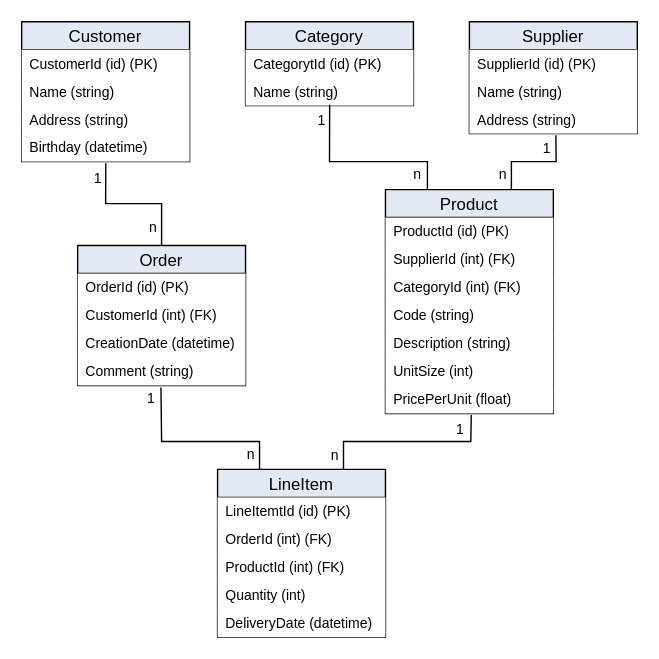
Earlier version of the draw.io export docs/assets/merchanterd.drawio.svg (RomanBoegli/godbbench). Source tidied: cells renumbered, new cells last; positions are measured from the earlier drawing's top-left corner, leaving out a move shared by most shapes.
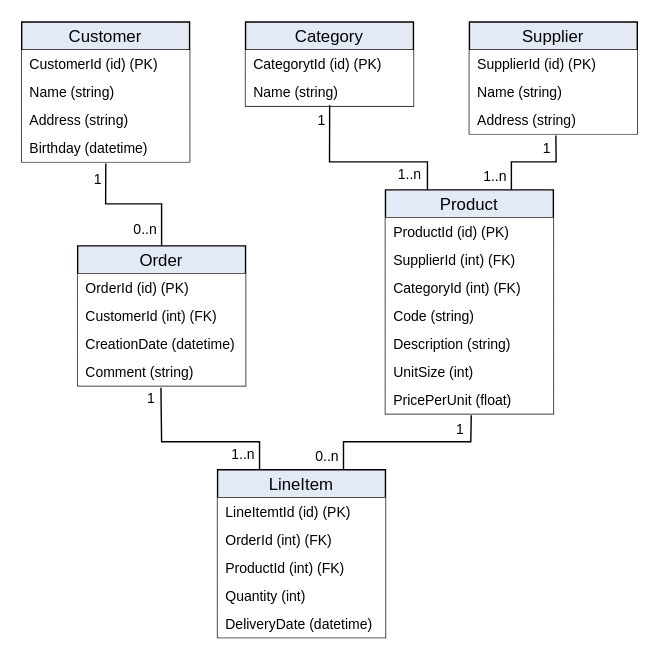
Above is the later version.

Commit message:
use UML for ERD

What changed in the source:
```diff
@@ -108,7 +108,7 @@
         <mxPoint x="-10" y="19" as="offset" />
       </mxGeometry>
     </mxCell>
-    <mxCell id="35" value="n" style="edgeLabel;html=1;align=right;verticalAlign=bottom;fontSize=10;labelBackgroundColor=none;" parent="33" vertex="1">
+    <mxCell id="35" value="1..n" style="edgeLabel;html=1;align=right;verticalAlign=bottom;fontSize=10;labelBackgroundColor=none;" parent="33" vertex="1">
       <mxGeometry x="1" relative="1" as="geometry">
         <mxPoint x="-3" y="-2" as="offset" />
       </mxGeometry>
@@ -126,7 +126,7 @@
         <mxPoint x="-11" y="17" as="offset" />
       </mxGeometry>
     </mxCell>
-    <mxCell id="38" value="n" style="edgeLabel;html=1;align=right;verticalAlign=bottom;fontSize=10;labelBackgroundColor=none;" parent="36" vertex="1">
+    <mxCell id="38" value="1..n" style="edgeLabel;html=1;align=right;verticalAlign=bottom;fontSize=10;labelBackgroundColor=none;" parent="36" vertex="1">
       <mxGeometry x="1" relative="1" as="geometry">
         <mxPoint x="-2" y="-2" as="offset" />
       </mxGeometry>
@@ -144,7 +144,7 @@
         <mxPoint x="-10" y="19" as="offset" />
       </mxGeometry>
     </mxCell>
-    <mxCell id="41" value="n" style="edgeLabel;html=1;align=right;verticalAlign=bottom;fontSize=10;labelBackgroundColor=none;" parent="39" vertex="1">
+    <mxCell id="41" value="0..n" style="edgeLabel;html=1;align=right;verticalAlign=bottom;fontSize=10;labelBackgroundColor=none;" parent="39" vertex="1">
       <mxGeometry x="1" relative="1" as="geometry">
         <mxPoint x="-2" y="-4" as="offset" />
       </mxGeometry>
@@ -162,7 +162,7 @@
         <mxPoint x="-12" y="16" as="offset" />
       </mxGeometry>
     </mxCell>
-    <mxCell id="44" value="n" style="edgeLabel;html=1;align=right;verticalAlign=bottom;fontSize=10;labelBackgroundColor=none;" parent="42" vertex="1">
+    <mxCell id="44" value="1..n" style="edgeLabel;html=1;align=right;verticalAlign=bottom;fontSize=10;labelBackgroundColor=none;" parent="42" vertex="1">
       <mxGeometry x="1" relative="1" as="geometry">
         <mxPoint x="-2" y="-2" as="offset" />
       </mxGeometry>
@@ -180,7 +180,7 @@
         <mxPoint x="-12" y="18" as="offset" />
       </mxGeometry>
     </mxCell>
-    <mxCell id="47" value="n" style="edgeLabel;html=1;align=right;verticalAlign=bottom;fontSize=10;labelBackgroundColor=none;" parent="45" vertex="1">
+    <mxCell id="47" value="0..n" style="edgeLabel;html=1;align=right;verticalAlign=bottom;fontSize=10;labelBackgroundColor=none;" parent="45" vertex="1">
       <mxGeometry x="1" relative="1" as="geometry">
         <mxPoint x="-2" y="-2" as="offset" />
       </mxGeometry>
```
